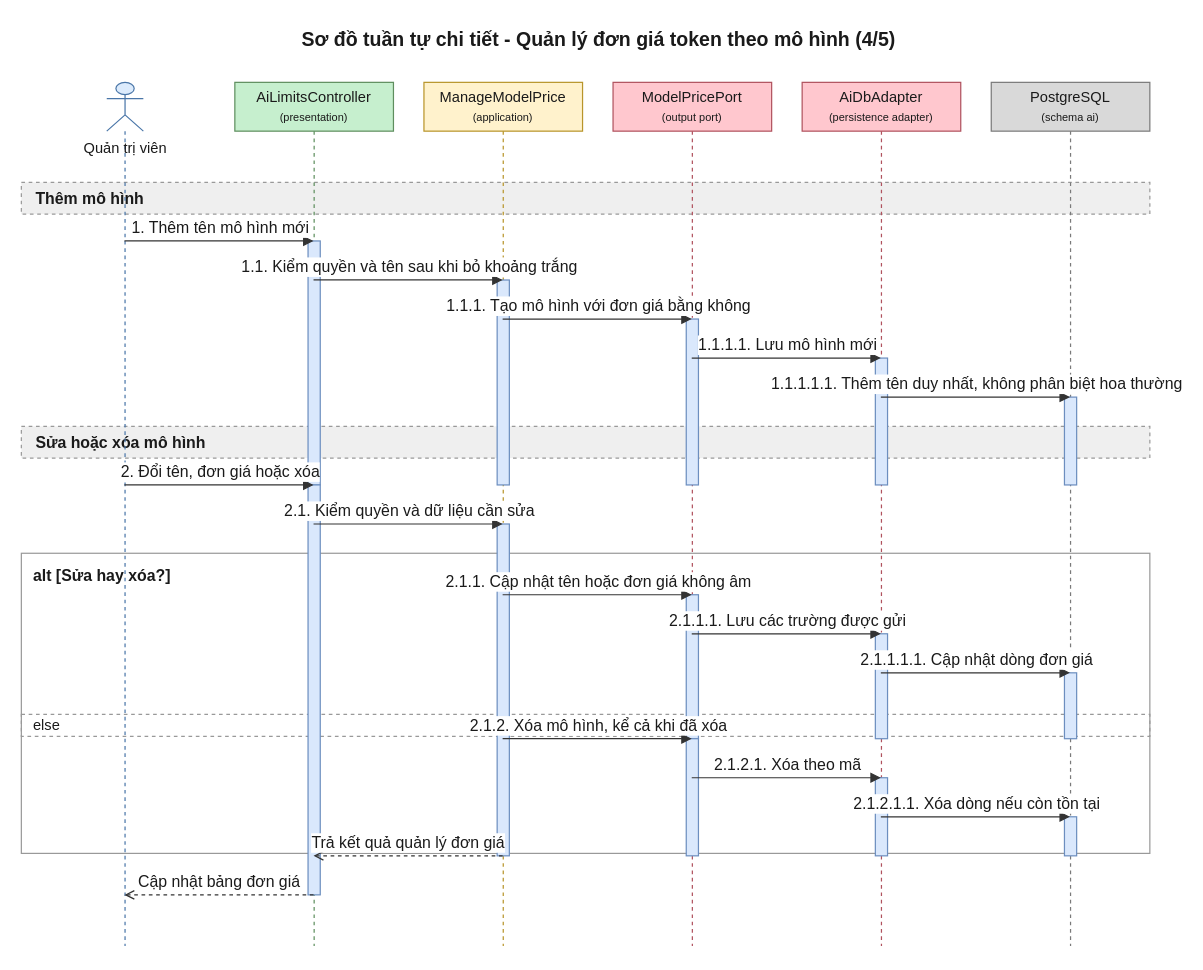
Earlier version of the draw.io diagram 08-diagram/sequence/admin/sequence_admin_dat_han_muc_va_gioi_han_ai_p4.drawio (daiphu1801/PRJ_ALGOPREP). Source tidied: cells renumbered, new cells numbered last; positions are measured from the earlier drawing's top-left corner, leaving out a move shared by most shapes. Both pictures are drawn from the tidied source at 122%, with x=0, y=0 at pixel (21, 21).
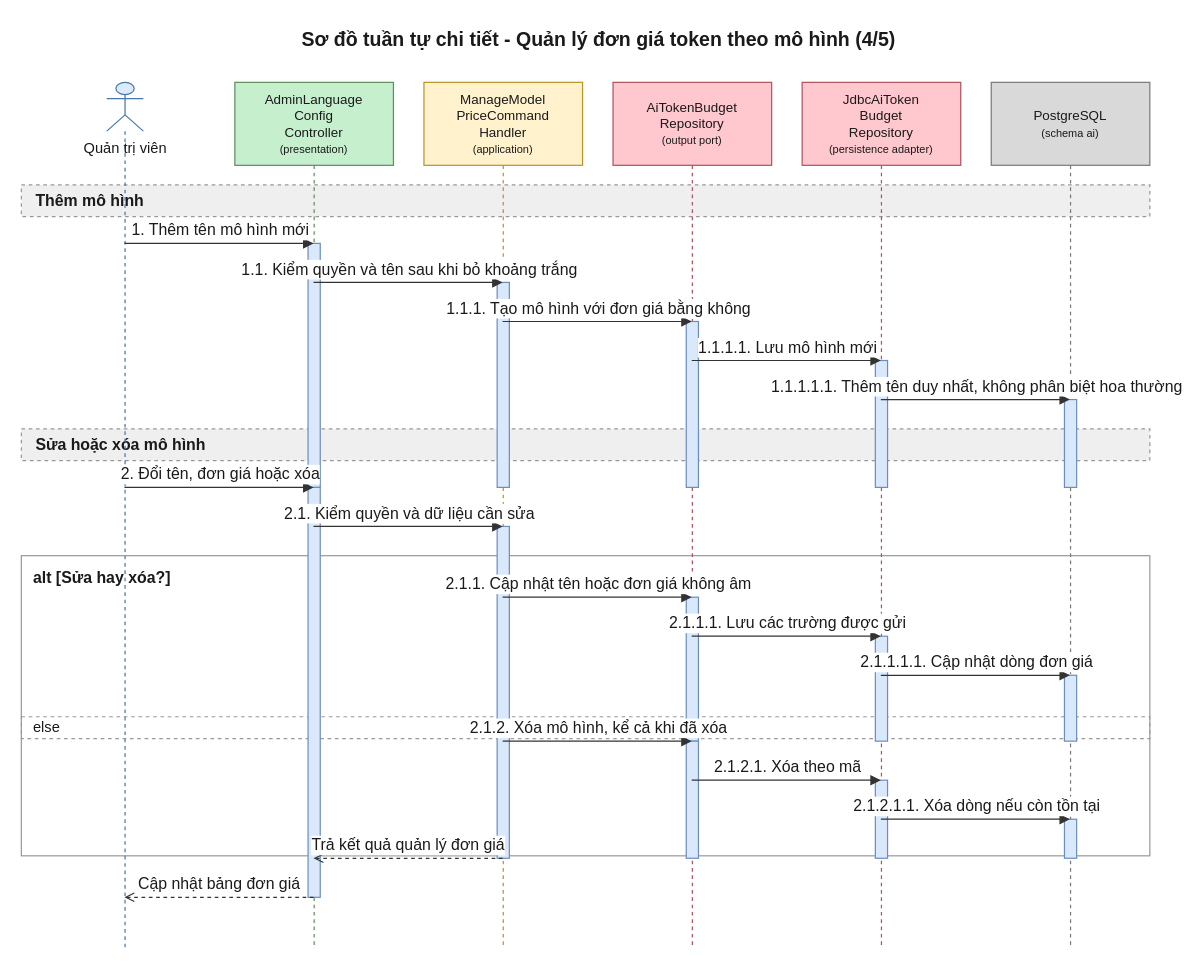
The same diagram, later.

Diff of the diagram source:
```diff
@@
     <mxCell id="3" value="alt [Sửa hay xóa?]" style="algoprep=alt;rounded=0;whiteSpace=wrap;html=1;fillColor=none;strokeColor=#999999;verticalAlign=top;align=left;spacingLeft=8;spacingTop=4;fontColor=#1A1A1A;fontSize=13;fontStyle=1;dashed=0;" parent="1" vertex="1">
-      <mxGeometry y="436" width="925" height="246" as="geometry" />
+      <mxGeometry y="438" width="925" height="246" as="geometry" />
     </mxCell>
     <mxCell id="4" value="else" style="text;html=1;dashed=1;strokeColor=#999999;fillColor=none;align=left;verticalAlign=middle;spacingLeft=8;fontColor=#1A1A1A;fontSize=12;" parent="1" vertex="1">
-      <mxGeometry y="568" width="925" height="18" as="geometry" />
+      <mxGeometry y="570" width="925" height="18" as="geometry" />
     </mxCell>
     <mxCell id="5" value="Thêm mô hình" style="algoprep=phase;rounded=0;whiteSpace=wrap;html=1;fillColor=#EFEFEF;strokeColor=#999999;dashed=1;align=left;verticalAlign=middle;spacingLeft=10;fontColor=#1A1A1A;fontSize=13;fontStyle=1;" parent="1" vertex="1">
-      <mxGeometry y="132" width="925" height="26" as="geometry" />
+      <mxGeometry y="134" width="925" height="26" as="geometry" />
     </mxCell>
     <mxCell id="6" value="Sửa hoặc xóa mô hình" style="algoprep=phase;rounded=0;whiteSpace=wrap;html=1;fillColor=#EFEFEF;strokeColor=#999999;dashed=1;align=left;verticalAlign=middle;spacingLeft=10;fontColor=#1A1A1A;fontSize=13;fontStyle=1;" parent="1" vertex="1">
-      <mxGeometry y="332" width="925" height="26" as="geometry" />
+      <mxGeometry y="334" width="925" height="26" as="geometry" />
     </mxCell>
     <mxCell id="7" value="Quản trị viên" style="shape=umlLifeline;participant=umlActor;perimeter=lifelinePerimeter;html=1;outlineConnect=0;size=40;verticalAlign=top;spacingTop=40;fillColor=#DCEBFC;strokeColor=#4A76A8;fontColor=#1A1A1A;" parent="1" vertex="1">
-      <mxGeometry x="70" y="50" width="30" height="708" as="geometry" />
+      <mxGeometry x="70" y="50" width="30" height="710" as="geometry" />
     </mxCell>
-    <mxCell id="8" value="AiLimitsController&lt;br&gt;&lt;font style=&quot;font-size:9px&quot;&gt;(presentation)&lt;/font&gt;" style="shape=umlLifeline;perimeter=lifelinePerimeter;whiteSpace=wrap;html=1;outlineConnect=0;size=40;fillColor=#C6EFCE;strokeColor=#5E8E5E;fontColor=#1A1A1A;" parent="1" vertex="1">
-      <mxGeometry x="175" y="50" width="130" height="708" as="geometry" />
+    <mxCell id="8" value="AdminLanguage&lt;br&gt;Config&lt;br&gt;Controller&lt;br&gt;&lt;font style=&quot;font-size:9px&quot;&gt;(presentation)&lt;/font&gt;" style="shape=umlLifeline;perimeter=lifelinePerimeter;whiteSpace=wrap;html=1;outlineConnect=0;size=68;fontSize=11;fillColor=#C6EFCE;strokeColor=#5E8E5E;fontColor=#1A1A1A;" parent="1" vertex="1">
+      <mxGeometry x="175" y="50" width="130" height="710" as="geometry" />
     </mxCell>
-    <mxCell id="9" value="ManageModelPrice&lt;br&gt;&lt;font style=&quot;font-size:9px&quot;&gt;(application)&lt;/font&gt;" style="shape=umlLifeline;perimeter=lifelinePerimeter;whiteSpace=wrap;html=1;outlineConnect=0;size=40;fillColor=#FFF2CC;strokeColor=#B8952A;fontColor=#1A1A1A;" parent="1" vertex="1">
-      <mxGeometry x="330" y="50" width="130" height="708" as="geometry" />
+    <mxCell id="9" value="ManageModel&lt;br&gt;PriceCommand&lt;br&gt;Handler&lt;br&gt;&lt;font style=&quot;font-size:9px&quot;&gt;(application)&lt;/font&gt;" style="shape=umlLifeline;perimeter=lifelinePerimeter;whiteSpace=wrap;html=1;outlineConnect=0;size=68;fontSize=11;fillColor=#FFF2CC;strokeColor=#B8952A;fontColor=#1A1A1A;" parent="1" vertex="1">
+      <mxGeometry x="330" y="50" width="130" height="710" as="geometry" />
     </mxCell>
-    <mxCell id="10" value="ModelPricePort&lt;br&gt;&lt;font style=&quot;font-size:9px&quot;&gt;(output port)&lt;/font&gt;" style="shape=umlLifeline;perimeter=lifelinePerimeter;whiteSpace=wrap;html=1;outlineConnect=0;size=40;fillColor=#FFC7CE;strokeColor=#B0525E;fontColor=#1A1A1A;" parent="1" vertex="1">
-      <mxGeometry x="485" y="50" width="130" height="708" as="geometry" />
+    <mxCell id="10" value="AiTokenBudget&lt;br&gt;Repository&lt;br&gt;&lt;font style=&quot;font-size:9px&quot;&gt;(output port)&lt;/font&gt;" style="shape=umlLifeline;perimeter=lifelinePerimeter;whiteSpace=wrap;html=1;outlineConnect=0;size=68;fontSize=11;fillColor=#FFC7CE;strokeColor=#B0525E;fontColor=#1A1A1A;" parent="1" vertex="1">
+      <mxGeometry x="485" y="50" width="130" height="710" as="geometry" />
     </mxCell>
-    <mxCell id="11" value="AiDbAdapter&lt;br&gt;&lt;font style=&quot;font-size:9px&quot;&gt;(persistence adapter)&lt;/font&gt;" style="shape=umlLifeline;perimeter=lifelinePerimeter;whiteSpace=wrap;html=1;outlineConnect=0;size=40;fillColor=#FFC7CE;strokeColor=#B0525E;fontColor=#1A1A1A;" parent="1" vertex="1">
-      <mxGeometry x="640" y="50" width="130" height="708" as="geometry" />
+    <mxCell id="11" value="JdbcAiToken&lt;br&gt;Budget&lt;br&gt;Repository&lt;br&gt;&lt;font style=&quot;font-size:9px&quot;&gt;(persistence adapter)&lt;/font&gt;" style="shape=umlLifeline;perimeter=lifelinePerimeter;whiteSpace=wrap;html=1;outlineConnect=0;size=68;fontSize=11;fillColor=#FFC7CE;strokeColor=#B0525E;fontColor=#1A1A1A;" parent="1" vertex="1">
+      <mxGeometry x="640" y="50" width="130" height="710" as="geometry" />
     </mxCell>
-    <mxCell id="12" value="PostgreSQL&lt;br&gt;&lt;font style=&quot;font-size:9px&quot;&gt;(schema ai)&lt;/font&gt;" style="shape=umlLifeline;perimeter=lifelinePerimeter;whiteSpace=wrap;html=1;outlineConnect=0;size=40;fillColor=#D9D9D9;strokeColor=#7A7A7A;fontColor=#1A1A1A;" parent="1" vertex="1">
-      <mxGeometry x="795" y="50" width="130" height="708" as="geometry" />
+    <mxCell id="12" value="PostgreSQL&lt;br&gt;&lt;font style=&quot;font-size:9px&quot;&gt;(schema ai)&lt;/font&gt;" style="shape=umlLifeline;perimeter=lifelinePerimeter;whiteSpace=wrap;html=1;outlineConnect=0;size=68;fontSize=11;fillColor=#D9D9D9;strokeColor=#7A7A7A;fontColor=#1A1A1A;" parent="1" vertex="1">
+      <mxGeometry x="795" y="50" width="130" height="710" as="geometry" />
     </mxCell>
     <mxCell id="13" style="html=1;perimeter=orthogonalPerimeter;targetShapes=umlLifeline;fillColor=#DAE8FC;strokeColor=#6C8EBF;" parent="12" vertex="1">
-      <mxGeometry x="60" y="258" width="10" height="72" as="geometry" />
+      <mxGeometry x="60" y="260" width="10" height="72" as="geometry" />
     </mxCell>
     <mxCell id="14" style="html=1;perimeter=orthogonalPerimeter;targetShapes=umlLifeline;fillColor=#DAE8FC;strokeColor=#6C8EBF;" parent="11" vertex="1">
-      <mxGeometry x="60" y="226" width="10" height="104" as="geometry" />
+      <mxGeometry x="60" y="228" width="10" height="104" as="geometry" />
     </mxCell>
     <mxCell id="15" style="html=1;perimeter=orthogonalPerimeter;targetShapes=umlLifeline;fillColor=#DAE8FC;strokeColor=#6C8EBF;" parent="10" vertex="1">
-      <mxGeometry x="60" y="194" width="10" height="136" as="geometry" />
+      <mxGeometry x="60" y="196" width="10" height="136" as="geometry" />
     </mxCell>
     <mxCell id="16" style="html=1;perimeter=orthogonalPerimeter;targetShapes=umlLifeline;fillColor=#DAE8FC;strokeColor=#6C8EBF;" parent="9" vertex="1">
-      <mxGeometry x="60" y="162" width="10" height="168" as="geometry" />
+      <mxGeometry x="60" y="164" width="10" height="168" as="geometry" />
     </mxCell>
     <mxCell id="17" style="html=1;perimeter=orthogonalPerimeter;targetShapes=umlLifeline;fillColor=#DAE8FC;strokeColor=#6C8EBF;" parent="8" vertex="1">
-      <mxGeometry x="60" y="130" width="10" height="200" as="geometry" />
+      <mxGeometry x="60" y="132" width="10" height="200" as="geometry" />
     </mxCell>
     <mxCell id="18" style="html=1;perimeter=orthogonalPerimeter;targetShapes=umlLifeline;fillColor=#DAE8FC;strokeColor=#6C8EBF;" parent="12" vertex="1">
-      <mxGeometry x="60" y="484" width="10" height="54" as="geometry" />
+      <mxGeometry x="60" y="486" width="10" height="54" as="geometry" />
     </mxCell>
     <mxCell id="19" style="html=1;perimeter=orthogonalPerimeter;targetShapes=umlLifeline;fillColor=#DAE8FC;strokeColor=#6C8EBF;" parent="11" vertex="1">
-      <mxGeometry x="60" y="452" width="10" height="86" as="geometry" />
+      <mxGeometry x="60" y="454" width="10" height="86" as="geometry" />
     </mxCell>
     <mxCell id="20" style="html=1;perimeter=orthogonalPerimeter;targetShapes=umlLifeline;fillColor=#DAE8FC;strokeColor=#6C8EBF;" parent="10" vertex="1">
-      <mxGeometry x="60" y="420" width="10" height="118" as="geometry" />
+      <mxGeometry x="60" y="422" width="10" height="118" as="geometry" />
     </mxCell>
     <mxCell id="21" style="html=1;perimeter=orthogonalPerimeter;targetShapes=umlLifeline;fillColor=#DAE8FC;strokeColor=#6C8EBF;" parent="12" vertex="1">
-      <mxGeometry x="60" y="602" width="10" height="32" as="geometry" />
+      <mxGeometry x="60" y="604" width="10" height="32" as="geometry" />
     </mxCell>
     <mxCell id="22" style="html=1;perimeter=orthogonalPerimeter;targetShapes=umlLifeline;fillColor=#DAE8FC;strokeColor=#6C8EBF;" parent="11" vertex="1">
-      <mxGeometry x="60" y="570" width="10" height="64" as="geometry" />
+      <mxGeometry x="60" y="572" width="10" height="64" as="geometry" />
     </mxCell>
     <mxCell id="23" style="html=1;perimeter=orthogonalPerimeter;targetShapes=umlLifeline;fillColor=#DAE8FC;strokeColor=#6C8EBF;" parent="10" vertex="1">
-      <mxGeometry x="60" y="538" width="10" height="96" as="geometry" />
+      <mxGeometry x="60" y="540" width="10" height="96" as="geometry" />
     </mxCell>
     <mxCell id="24" style="html=1;perimeter=orthogonalPerimeter;targetShapes=umlLifeline;fillColor=#DAE8FC;strokeColor=#6C8EBF;" parent="9" vertex="1">
-      <mxGeometry x="60" y="362" width="10" height="272" as="geometry" />
+      <mxGeometry x="60" y="364" width="10" height="272" as="geometry" />
     </mxCell>
     <mxCell id="25" style="html=1;perimeter=orthogonalPerimeter;targetShapes=umlLifeline;fillColor=#DAE8FC;strokeColor=#6C8EBF;" parent="8" vertex="1">
-      <mxGeometry x="60" y="330" width="10" height="336" as="geometry" />
+      <mxGeometry x="60" y="332" width="10" height="336" as="geometry" />
     </mxCell>
-    <mxCell id="26" value="1. Thêm tên mô hình mới" style="edgeStyle=none;html=1;endArrow=block;endFill=1;strokeColor=#333333;fontColor=#1A1A1A;fontSize=13;verticalAlign=bottom;exitX=0.5;exitY=0.1836;exitDx=0;exitDy=0;entryX=0.5;entryY=0.1836;entryDx=0;entryDy=0;" parent="1" edge="1" source="7" target="8">
+    <mxCell id="26" value="1. Thêm tên mô hình mới" style="edgeStyle=none;html=1;endArrow=block;endFill=1;strokeColor=#333333;fontColor=#1A1A1A;fontSize=13;verticalAlign=bottom;exitX=0.5;exitY=0.1859;exitDx=0;exitDy=0;entryX=0.5;entryY=0.1859;entryDx=0;entryDy=0;" parent="1" edge="1" source="7" target="8">
       <mxGeometry relative="1" as="geometry" />
     </mxCell>
-    <mxCell id="27" value="1.1. Kiểm quyền và tên sau khi bỏ khoảng trắng" style="edgeStyle=none;html=1;endArrow=block;endFill=1;strokeColor=#333333;fontColor=#1A1A1A;fontSize=13;verticalAlign=bottom;exitX=0.5;exitY=0.2288;exitDx=0;exitDy=0;entryX=0.5;entryY=0.2288;entryDx=0;entryDy=0;" parent="1" edge="1" source="8" target="9">
+    <mxCell id="27" value="1.1. Kiểm quyền và tên sau khi bỏ khoảng trắng" style="edgeStyle=none;html=1;endArrow=block;endFill=1;strokeColor=#333333;fontColor=#1A1A1A;fontSize=13;verticalAlign=bottom;exitX=0.5;exitY=0.2310;exitDx=0;exitDy=0;entryX=0.5;entryY=0.2310;entryDx=0;entryDy=0;" parent="1" edge="1" source="8" target="9">
       <mxGeometry relative="1" as="geometry" />
     </mxCell>
-    <mxCell id="28" value="1.1.1. Tạo mô hình với đơn giá bằng không" style="edgeStyle=none;html=1;endArrow=block;endFill=1;strokeColor=#333333;fontColor=#1A1A1A;fontSize=13;verticalAlign=bottom;exitX=0.5;exitY=0.2740;exitDx=0;exitDy=0;entryX=0.5;entryY=0.2740;entryDx=0;entryDy=0;" parent="1" edge="1" source="9" target="10">
+    <mxCell id="28" value="1.1.1. Tạo mô hình với đơn giá bằng không" style="edgeStyle=none;html=1;endArrow=block;endFill=1;strokeColor=#333333;fontColor=#1A1A1A;fontSize=13;verticalAlign=bottom;exitX=0.5;exitY=0.2761;exitDx=0;exitDy=0;entryX=0.5;entryY=0.2761;entryDx=0;entryDy=0;" parent="1" edge="1" source="9" target="10">
       <mxGeometry relative="1" as="geometry" />
     </mxCell>
-    <mxCell id="29" value="1.1.1.1. Lưu mô hình mới" style="edgeStyle=none;html=1;endArrow=block;endFill=1;strokeColor=#333333;fontColor=#1A1A1A;fontSize=13;verticalAlign=bottom;exitX=0.5;exitY=0.3192;exitDx=0;exitDy=0;entryX=0.5;entryY=0.3192;entryDx=0;entryDy=0;" parent="1" edge="1" source="10" target="11">
+    <mxCell id="29" value="1.1.1.1. Lưu mô hình mới" style="edgeStyle=none;html=1;endArrow=block;endFill=1;strokeColor=#333333;fontColor=#1A1A1A;fontSize=13;verticalAlign=bottom;exitX=0.5;exitY=0.3211;exitDx=0;exitDy=0;entryX=0.5;entryY=0.3211;entryDx=0;entryDy=0;" parent="1" edge="1" source="10" target="11">
       <mxGeometry relative="1" as="geometry" />
     </mxCell>
-    <mxCell id="30" value="1.1.1.1.1. Thêm tên duy nhất, không phân biệt hoa thường" style="edgeStyle=none;html=1;endArrow=block;endFill=1;strokeColor=#333333;fontColor=#1A1A1A;fontSize=13;verticalAlign=bottom;exitX=0.5;exitY=0.3644;exitDx=0;exitDy=0;entryX=0.5;entryY=0.3644;entryDx=0;entryDy=0;" parent="1" edge="1" source="11" target="12">
+    <mxCell id="30" value="1.1.1.1.1. Thêm tên duy nhất, không phân biệt hoa thường" style="edgeStyle=none;html=1;endArrow=block;endFill=1;strokeColor=#333333;fontColor=#1A1A1A;fontSize=13;verticalAlign=bottom;exitX=0.5;exitY=0.3662;exitDx=0;exitDy=0;entryX=0.5;entryY=0.3662;entryDx=0;entryDy=0;" parent="1" edge="1" source="11" target="12">
       <mxGeometry relative="1" as="geometry" />
     </mxCell>
-    <mxCell id="31" value="2. Đổi tên, đơn giá hoặc xóa" style="edgeStyle=none;html=1;endArrow=block;endFill=1;strokeColor=#333333;fontColor=#1A1A1A;fontSize=13;verticalAlign=bottom;exitX=0.5;exitY=0.4661;exitDx=0;exitDy=0;entryX=0.5;entryY=0.4661;entryDx=0;entryDy=0;" parent="1" edge="1" source="7" target="8">
+    <mxCell id="31" value="2. Đổi tên, đơn giá hoặc xóa" style="edgeStyle=none;html=1;endArrow=block;endFill=1;strokeColor=#333333;fontColor=#1A1A1A;fontSize=13;verticalAlign=bottom;exitX=0.5;exitY=0.4676;exitDx=0;exitDy=0;entryX=0.5;entryY=0.4676;entryDx=0;entryDy=0;" parent="1" edge="1" source="7" target="8">
       <mxGeometry relative="1" as="geometry" />
     </mxCell>
-    <mxCell id="32" value="2.1. Kiểm quyền và dữ liệu cần sửa" style="edgeStyle=none;html=1;endArrow=block;endFill=1;strokeColor=#333333;fontColor=#1A1A1A;fontSize=13;verticalAlign=bottom;exitX=0.5;exitY=0.5113;exitDx=0;exitDy=0;entryX=0.5;entryY=0.5113;entryDx=0;entryDy=0;" parent="1" edge="1" source="8" target="9">
+    <mxCell id="32" value="2.1. Kiểm quyền và dữ liệu cần sửa" style="edgeStyle=none;html=1;endArrow=block;endFill=1;strokeColor=#333333;fontColor=#1A1A1A;fontSize=13;verticalAlign=bottom;exitX=0.5;exitY=0.5127;exitDx=0;exitDy=0;entryX=0.5;entryY=0.5127;entryDx=0;entryDy=0;" parent="1" edge="1" source="8" target="9">
       <mxGeometry relative="1" as="geometry" />
     </mxCell>
-    <mxCell id="33" value="2.1.1. Cập nhật tên hoặc đơn giá không âm" style="edgeStyle=none;html=1;endArrow=block;endFill=1;strokeColor=#333333;fontColor=#1A1A1A;fontSize=13;verticalAlign=bottom;exitX=0.5;exitY=0.5932;exitDx=0;exitDy=0;entryX=0.5;entryY=0.5932;entryDx=0;entryDy=0;" parent="1" edge="1" source="9" target="10">
+    <mxCell id="33" value="2.1.1. Cập nhật tên hoặc đơn giá không âm" style="edgeStyle=none;html=1;endArrow=block;endFill=1;strokeColor=#333333;fontColor=#1A1A1A;fontSize=13;verticalAlign=bottom;exitX=0.5;exitY=0.5944;exitDx=0;exitDy=0;entryX=0.5;entryY=0.5944;entryDx=0;entryDy=0;" parent="1" edge="1" source="9" target="10">
       <mxGeometry relative="1" as="geometry" />
     </mxCell>
-    <mxCell id="34" value="2.1.1.1. Lưu các trường được gửi" style="edgeStyle=none;html=1;endArrow=block;endFill=1;strokeColor=#333333;fontColor=#1A1A1A;fontSize=13;verticalAlign=bottom;exitX=0.5;exitY=0.6384;exitDx=0;exitDy=0;entryX=0.5;entryY=0.6384;entryDx=0;entryDy=0;" parent="1" edge="1" source="10" target="11">
+    <mxCell id="34" value="2.1.1.1. Lưu các trường được gửi" style="edgeStyle=none;html=1;endArrow=block;endFill=1;strokeColor=#333333;fontColor=#1A1A1A;fontSize=13;verticalAlign=bottom;exitX=0.5;exitY=0.6394;exitDx=0;exitDy=0;entryX=0.5;entryY=0.6394;entryDx=0;entryDy=0;" parent="1" edge="1" source="10" target="11">
       <mxGeometry relative="1" as="geometry" />
     </mxCell>
-    <mxCell id="35" value="2.1.1.1.1. Cập nhật dòng đơn giá" style="edgeStyle=none;html=1;endArrow=block;endFill=1;strokeColor=#333333;fontColor=#1A1A1A;fontSize=13;verticalAlign=bottom;exitX=0.5;exitY=0.6836;exitDx=0;exitDy=0;entryX=0.5;entryY=0.6836;entryDx=0;entryDy=0;" parent="1" edge="1" source="11" target="12">
+    <mxCell id="35" value="2.1.1.1.1. Cập nhật dòng đơn giá" style="edgeStyle=none;html=1;endArrow=block;endFill=1;strokeColor=#333333;fontColor=#1A1A1A;fontSize=13;verticalAlign=bottom;exitX=0.5;exitY=0.6845;exitDx=0;exitDy=0;entryX=0.5;entryY=0.6845;entryDx=0;entryDy=0;" parent="1" edge="1" source="11" target="12">
       <mxGeometry relative="1" as="geometry" />
     </mxCell>
-    <mxCell id="36" value="2.1.2. Xóa mô hình, kể cả khi đã xóa" style="edgeStyle=none;html=1;endArrow=block;endFill=1;strokeColor=#333333;fontColor=#1A1A1A;fontSize=13;verticalAlign=bottom;exitX=0.5;exitY=0.7599;exitDx=0;exitDy=0;entryX=0.5;entryY=0.7599;entryDx=0;entryDy=0;" parent="1" edge="1" source="9" target="10">
+    <mxCell id="36" value="2.1.2. Xóa mô hình, kể cả khi đã xóa" style="edgeStyle=none;html=1;endArrow=block;endFill=1;strokeColor=#333333;fontColor=#1A1A1A;fontSize=13;verticalAlign=bottom;exitX=0.5;exitY=0.7606;exitDx=0;exitDy=0;entryX=0.5;entryY=0.7606;entryDx=0;entryDy=0;" parent="1" edge="1" source="9" target="10">
       <mxGeometry relative="1" as="geometry" />
     </mxCell>
-    <mxCell id="37" value="2.1.2.1. Xóa theo mã" style="edgeStyle=none;html=1;endArrow=block;endFill=1;strokeColor=#333333;fontColor=#1A1A1A;fontSize=13;verticalAlign=bottom;exitX=0.5;exitY=0.8051;exitDx=0;exitDy=0;entryX=0.5;entryY=0.8051;entryDx=0;entryDy=0;" parent="1" edge="1" source="10" target="11">
+    <mxCell id="37" value="2.1.2.1. Xóa theo mã" style="edgeStyle=none;html=1;endArrow=block;endFill=1;strokeColor=#333333;fontColor=#1A1A1A;fontSize=13;verticalAlign=bottom;exitX=0.5;exitY=0.8056;exitDx=0;exitDy=0;entryX=0.5;entryY=0.8056;entryDx=0;entryDy=0;" parent="1" edge="1" source="10" target="11">
       <mxGeometry relative="1" as="geometry" />
     </mxCell>
-    <mxCell id="38" value="2.1.2.1.1. Xóa dòng nếu còn tồn tại" style="edgeStyle=none;html=1;endArrow=block;endFill=1;strokeColor=#333333;fontColor=#1A1A1A;fontSize=13;verticalAlign=bottom;exitX=0.5;exitY=0.8503;exitDx=0;exitDy=0;entryX=0.5;entryY=0.8503;entryDx=0;entryDy=0;" parent="1" edge="1" source="11" target="12">
+    <mxCell id="38" value="2.1.2.1.1. Xóa dòng nếu còn tồn tại" style="edgeStyle=none;html=1;endArrow=block;endFill=1;strokeColor=#333333;fontColor=#1A1A1A;fontSize=13;verticalAlign=bottom;exitX=0.5;exitY=0.8507;exitDx=0;exitDy=0;entryX=0.5;entryY=0.8507;entryDx=0;entryDy=0;" parent="1" edge="1" source="11" target="12">
       <mxGeometry relative="1" as="geometry" />
     </mxCell>
-    <mxCell id="39" value="Trả kết quả quản lý đơn giá" style="edgeStyle=none;html=1;endArrow=open;endFill=0;dashed=1;strokeColor=#333333;fontColor=#1A1A1A;fontSize=13;verticalAlign=bottom;exitX=0.5;exitY=0.8955;exitDx=0;exitDy=0;entryX=0.5;entryY=0.8955;entryDx=0;entryDy=0;" parent="1" edge="1" source="9" target="8">
+    <mxCell id="39" value="Trả kết quả quản lý đơn giá" style="edgeStyle=none;html=1;endArrow=open;endFill=0;dashed=1;strokeColor=#333333;fontColor=#1A1A1A;fontSize=13;verticalAlign=bottom;exitX=0.5;exitY=0.8958;exitDx=0;exitDy=0;entryX=0.5;entryY=0.8958;entryDx=0;entryDy=0;" parent="1" edge="1" source="9" target="8">
       <mxGeometry relative="1" as="geometry" />
     </mxCell>
-    <mxCell id="40" value="Cập nhật bảng đơn giá" style="edgeStyle=none;html=1;endArrow=open;endFill=0;dashed=1;strokeColor=#333333;fontColor=#1A1A1A;fontSize=13;verticalAlign=bottom;exitX=0.5;exitY=0.9407;exitDx=0;exitDy=0;entryX=0.5;entryY=0.9407;entryDx=0;entryDy=0;" parent="1" edge="1" source="8" target="7">
+    <mxCell id="40" value="Cập nhật bảng đơn giá" style="edgeStyle=none;html=1;endArrow=open;endFill=0;dashed=1;strokeColor=#333333;fontColor=#1A1A1A;fontSize=13;verticalAlign=bottom;exitX=0.5;exitY=0.9408;exitDx=0;exitDy=0;entryX=0.5;entryY=0.9408;entryDx=0;entryDy=0;" parent="1" edge="1" source="8" target="7">
       <mxGeometry relative="1" as="geometry" />
     </mxCell>
```
